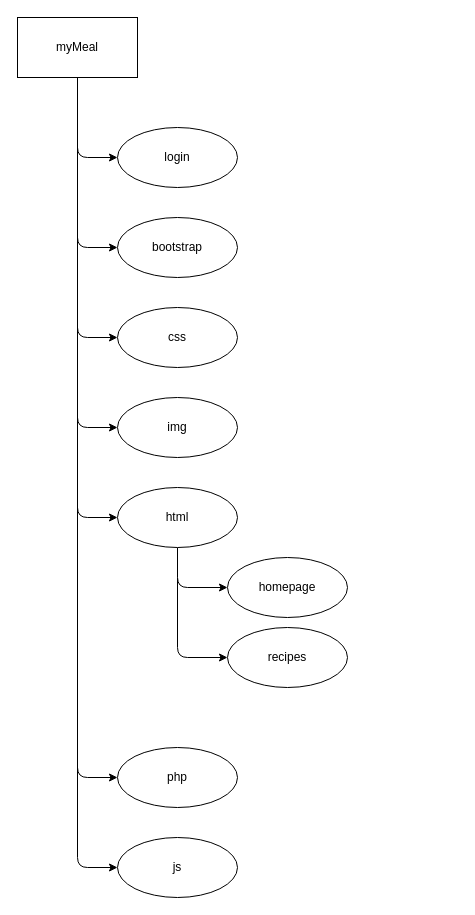
gianlucasbandi/myMeal keeps this draw.io diagram as schema myMeal.drawio. Above is the earlier version. Source tidied: cells renumbered, new cells numbered last; positions are measured from the earlier drawing's top-left corner, leaving out a move shared by most shapes. Both pictures are drawn from the tidied source at 100%, with x=0, y=0 at pixel (17, 17).
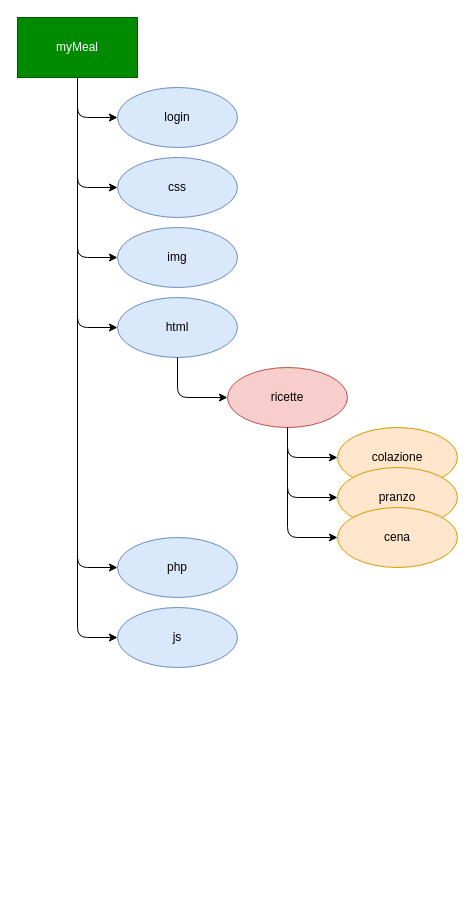
The same page after the edit.

Change to the diagram source:
```diff
@@
-    <mxCell id="2" style="edgeStyle=orthogonalEdgeStyle;curved=0;rounded=1;sketch=0;jettySize=auto;html=1;" parent="1" edge="1" source="3" target="4">
+    <mxCell id="2" style="edgeStyle=orthogonalEdgeStyle;curved=0;rounded=1;sketch=0;jettySize=auto;html=1;entryX=0;entryY=0.5;entryDx=0;entryDy=0;" parent="1" edge="1" source="3" target="4">
       <mxGeometry relative="1" as="geometry">
         <Array as="points">
-          <mxPoint x="60" y="140" />
-          <mxPoint x="120" y="140" />
+          <mxPoint x="60" y="100" />
         </Array>
       </mxGeometry>
     </mxCell>
-    <mxCell id="3" value="myMeal" style="rounded=0;whiteSpace=wrap;html=1;sketch=0;" parent="1" vertex="1">
+    <mxCell id="3" value="myMeal" style="rounded=0;whiteSpace=wrap;html=1;sketch=0;fillColor=#008a00;strokeColor=#005700;fontColor=#ffffff;" parent="1" vertex="1">
       <mxGeometry width="120" height="60" as="geometry" />
     </mxCell>
-    <mxCell id="4" value="login" style="ellipse;whiteSpace=wrap;html=1;rounded=0;sketch=0;" parent="1" vertex="1">
-      <mxGeometry x="100" y="110" width="120" height="60" as="geometry" />
+    <mxCell id="4" value="login" style="ellipse;whiteSpace=wrap;html=1;rounded=0;sketch=0;fillColor=#dae8fc;strokeColor=#6c8ebf;" parent="1" vertex="1">
+      <mxGeometry x="100" y="70" width="120" height="60" as="geometry" />
     </mxCell>
-    <mxCell id="5" style="edgeStyle=orthogonalEdgeStyle;curved=0;rounded=1;sketch=0;jettySize=auto;html=1;exitX=0.5;exitY=1;exitDx=0;exitDy=0;" parent="1" edge="1" source="3">
-      <mxGeometry relative="1" as="geometry">
-        <mxPoint x="100" y="230" as="targetPoint" />
-        <Array as="points">
-          <mxPoint x="60" y="230" />
-        </Array>
-      </mxGeometry>
-    </mxCell>
-    <mxCell id="6" value="bootstrap" style="ellipse;whiteSpace=wrap;html=1;rounded=0;sketch=0;" parent="1" vertex="1">
-      <mxGeometry x="100" y="200" width="120" height="60" as="geometry" />
-    </mxCell>
-    <mxCell id="7" style="edgeStyle=orthogonalEdgeStyle;curved=0;rounded=1;sketch=0;orthogonalLoop=1;jettySize=auto;html=1;exitX=0.5;exitY=1;exitDx=0;exitDy=0;" parent="1" edge="1">
+    <mxCell id="7" style="edgeStyle=orthogonalEdgeStyle;curved=0;rounded=1;sketch=0;jettySize=auto;html=1;exitX=0.5;exitY=1;exitDx=0;exitDy=0;entryX=0;entryY=0.5;entryDx=0;entryDy=0;" parent="1" edge="1" target="8">
       <mxGeometry relative="1" as="geometry">
-        <mxPoint x="60" y="150" as="sourcePoint" />
-        <mxPoint x="100" y="320" as="targetPoint" />
+        <mxPoint x="60" y="60" as="sourcePoint" />
         <Array as="points">
-          <mxPoint x="60" y="320" />
+          <mxPoint x="60" y="170" />
         </Array>
       </mxGeometry>
     </mxCell>
-    <mxCell id="8" value="css" style="ellipse;whiteSpace=wrap;html=1;rounded=0;sketch=0;" parent="1" vertex="1">
-      <mxGeometry x="100" y="290" width="120" height="60" as="geometry" />
+    <mxCell id="8" value="css" style="ellipse;whiteSpace=wrap;html=1;rounded=0;sketch=0;fillColor=#dae8fc;strokeColor=#6c8ebf;" parent="1" vertex="1">
+      <mxGeometry x="100" y="140" width="120" height="60" as="geometry" />
     </mxCell>
-    <mxCell id="9" style="edgeStyle=orthogonalEdgeStyle;curved=0;rounded=1;sketch=0;orthogonalLoop=1;jettySize=auto;html=1;exitX=0.5;exitY=1;exitDx=0;exitDy=0;" parent="1" edge="1">
+    <mxCell id="9" style="edgeStyle=orthogonalEdgeStyle;curved=0;rounded=1;sketch=0;jettySize=auto;html=1;exitX=0.5;exitY=1;exitDx=0;exitDy=0;entryX=0;entryY=0.5;entryDx=0;entryDy=0;" parent="1" edge="1" target="10">
       <mxGeometry relative="1" as="geometry">
-        <mxPoint x="60" y="240" as="sourcePoint" />
-        <mxPoint x="100" y="410" as="targetPoint" />
+        <mxPoint x="60" y="90" as="sourcePoint" />
         <Array as="points">
-          <mxPoint x="60" y="410" />
+          <mxPoint x="60" y="240" />
         </Array>
       </mxGeometry>
     </mxCell>
-    <mxCell id="10" value="img" style="ellipse;whiteSpace=wrap;html=1;rounded=0;sketch=0;" parent="1" vertex="1">
-      <mxGeometry x="100" y="380" width="120" height="60" as="geometry" />
+    <mxCell id="10" value="img" style="ellipse;whiteSpace=wrap;html=1;rounded=0;sketch=0;fillColor=#dae8fc;strokeColor=#6c8ebf;" parent="1" vertex="1">
+      <mxGeometry x="100" y="210" width="120" height="60" as="geometry" />
     </mxCell>
-    <mxCell id="11" style="edgeStyle=orthogonalEdgeStyle;curved=0;rounded=1;sketch=0;orthogonalLoop=1;jettySize=auto;html=1;exitX=0.5;exitY=1;exitDx=0;exitDy=0;" parent="1" edge="1">
+    <mxCell id="11" style="edgeStyle=orthogonalEdgeStyle;curved=0;rounded=1;sketch=0;jettySize=auto;html=1;exitX=0.5;exitY=1;exitDx=0;exitDy=0;entryX=0;entryY=0.5;entryDx=0;entryDy=0;" parent="1" edge="1" target="13">
       <mxGeometry relative="1" as="geometry">
-        <mxPoint x="60" y="330" as="sourcePoint" />
-        <mxPoint x="100" y="500" as="targetPoint" />
+        <mxPoint x="60" y="180" as="sourcePoint" />
         <Array as="points">
-          <mxPoint x="60" y="500" />
+          <mxPoint x="60" y="310" />
         </Array>
       </mxGeometry>
     </mxCell>
-    <mxCell id="12" style="edgeStyle=orthogonalEdgeStyle;curved=0;rounded=1;sketch=0;jettySize=auto;html=1;entryX=0;entryY=0.5;entryDx=0;entryDy=0;" parent="1" edge="1" source="13" target="18">
-      <mxGeometry relative="1" as="geometry">
-        <Array as="points">
-          <mxPoint x="160" y="570" />
-        </Array>
-      </mxGeometry>
-    </mxCell>
-    <mxCell id="13" value="html" style="ellipse;whiteSpace=wrap;html=1;rounded=0;sketch=0;" parent="1" vertex="1">
-      <mxGeometry x="100" y="470" width="120" height="60" as="geometry" />
+    <mxCell id="13" value="html" style="ellipse;whiteSpace=wrap;html=1;rounded=0;sketch=0;fillColor=#dae8fc;strokeColor=#6c8ebf;" parent="1" vertex="1">
+      <mxGeometry x="100" y="280" width="120" height="60" as="geometry" />
     </mxCell>
     <mxCell id="14" style="edgeStyle=orthogonalEdgeStyle;curved=0;rounded=1;sketch=0;orthogonalLoop=1;jettySize=auto;html=1;" parent="1" edge="1">
       <mxGeometry relative="1" as="geometry">
-        <mxPoint x="60" y="480" as="sourcePoint" />
-        <mxPoint x="100" y="760" as="targetPoint" />
+        <mxPoint x="60" y="270" as="sourcePoint" />
+        <mxPoint x="100" y="550" as="targetPoint" />
         <Array as="points">
-          <mxPoint x="60" y="760" />
+          <mxPoint x="60" y="550" />
         </Array>
       </mxGeometry>
     </mxCell>
-    <mxCell id="15" value="php" style="ellipse;whiteSpace=wrap;html=1;rounded=0;sketch=0;" parent="1" vertex="1">
-      <mxGeometry x="100" y="730" width="120" height="60" as="geometry" />
+    <mxCell id="15" value="php" style="ellipse;whiteSpace=wrap;html=1;rounded=0;sketch=0;fillColor=#dae8fc;strokeColor=#6c8ebf;" parent="1" vertex="1">
+      <mxGeometry x="100" y="520" width="120" height="60" as="geometry" />
     </mxCell>
-    <mxCell id="16" style="edgeStyle=orthogonalEdgeStyle;curved=0;rounded=1;sketch=0;orthogonalLoop=1;jettySize=auto;html=1;exitX=0.5;exitY=1;exitDx=0;exitDy=0;" parent="1" edge="1">
+    <mxCell id="16" style="edgeStyle=orthogonalEdgeStyle;curved=0;rounded=1;sketch=0;jettySize=auto;html=1;exitX=0.5;exitY=1;exitDx=0;exitDy=0;entryX=0;entryY=0.5;entryDx=0;entryDy=0;" parent="1" edge="1" target="17">
       <mxGeometry relative="1" as="geometry">
-        <mxPoint x="60" y="680" as="sourcePoint" />
-        <mxPoint x="100" y="850" as="targetPoint" />
+        <mxPoint x="60" y="470" as="sourcePoint" />
         <Array as="points">
-          <mxPoint x="60" y="850" />
+          <mxPoint x="60" y="620" />
         </Array>
       </mxGeometry>
     </mxCell>
-    <mxCell id="17" value="js" style="ellipse;whiteSpace=wrap;html=1;rounded=0;sketch=0;" parent="1" vertex="1">
-      <mxGeometry x="100" y="820" width="120" height="60" as="geometry" />
+    <mxCell id="17" value="js" style="ellipse;whiteSpace=wrap;html=1;rounded=0;sketch=0;fillColor=#dae8fc;strokeColor=#6c8ebf;" parent="1" vertex="1">
+      <mxGeometry x="100" y="590" width="120" height="60" as="geometry" />
     </mxCell>
-    <mxCell id="18" value="homepage" style="ellipse;whiteSpace=wrap;html=1;rounded=0;sketch=0;" parent="1" vertex="1">
-      <mxGeometry x="210" y="540" width="120" height="60" as="geometry" />
-    </mxCell>
     <mxCell id="19" style="edgeStyle=orthogonalEdgeStyle;curved=0;rounded=1;sketch=0;jettySize=auto;html=1;entryX=0;entryY=0.5;entryDx=0;entryDy=0;" parent="1" edge="1" target="20">
       <mxGeometry relative="1" as="geometry">
-        <mxPoint x="160" y="560" as="sourcePoint" />
+        <mxPoint x="160" y="340" as="sourcePoint" />
         <Array as="points">
-          <mxPoint x="160" y="640" />
+          <mxPoint x="160" y="380" />
         </Array>
       </mxGeometry>
     </mxCell>
-    <mxCell id="20" value="recipes" style="ellipse;whiteSpace=wrap;html=1;rounded=0;sketch=0;" parent="1" vertex="1">
-      <mxGeometry x="210" y="610" width="120" height="60" as="geometry" />
+    <mxCell id="20" value="ricette" style="ellipse;whiteSpace=wrap;html=1;rounded=0;sketch=0;fillColor=#f8cecc;strokeColor=#b85450;" parent="1" vertex="1">
+      <mxGeometry x="210" y="350" width="120" height="60" as="geometry" />
     </mxCell>
+    <mxCell id="21" style="edgeStyle=orthogonalEdgeStyle;curved=0;rounded=1;sketch=0;orthogonalLoop=1;jettySize=auto;html=1;entryX=0;entryY=0.5;entryDx=0;entryDy=0;" parent="1" edge="1">
+      <mxGeometry relative="1" as="geometry">
+        <mxPoint x="270" y="410" as="sourcePoint" />
+        <mxPoint x="320" y="440" as="targetPoint" />
+        <Array as="points">
+          <mxPoint x="270" y="440" />
+        </Array>
+      </mxGeometry>
+    </mxCell>
+    <mxCell id="22" value="colazione" style="ellipse;whiteSpace=wrap;html=1;rounded=0;sketch=0;fillColor=#ffe6cc;strokeColor=#d79b00;" parent="1" vertex="1">
+      <mxGeometry x="320" y="410" width="120" height="60" as="geometry" />
+    </mxCell>
+    <mxCell id="23" style="edgeStyle=orthogonalEdgeStyle;curved=0;rounded=1;sketch=0;orthogonalLoop=1;jettySize=auto;html=1;entryX=0;entryY=0.5;entryDx=0;entryDy=0;" parent="1" edge="1">
+      <mxGeometry relative="1" as="geometry">
+        <mxPoint x="270" y="430" as="sourcePoint" />
+        <mxPoint x="320" y="480" as="targetPoint" />
+        <Array as="points">
+          <mxPoint x="270" y="480" />
+        </Array>
+      </mxGeometry>
+    </mxCell>
+    <mxCell id="24" value="pranzo" style="ellipse;whiteSpace=wrap;html=1;rounded=0;sketch=0;fillColor=#ffe6cc;strokeColor=#d79b00;" parent="1" vertex="1">
+      <mxGeometry x="320" y="450" width="120" height="60" as="geometry" />
+    </mxCell>
+    <mxCell id="25" style="edgeStyle=orthogonalEdgeStyle;curved=0;rounded=1;sketch=0;orthogonalLoop=1;jettySize=auto;html=1;entryX=0;entryY=0.5;entryDx=0;entryDy=0;" parent="1" edge="1">
+      <mxGeometry relative="1" as="geometry">
+        <mxPoint x="270" y="470" as="sourcePoint" />
+        <mxPoint x="320" y="520" as="targetPoint" />
+        <Array as="points">
+          <mxPoint x="270" y="520" />
+        </Array>
+      </mxGeometry>
+    </mxCell>
+    <mxCell id="26" value="cena" style="ellipse;whiteSpace=wrap;html=1;rounded=0;sketch=0;fillColor=#ffe6cc;strokeColor=#d79b00;" parent="1" vertex="1">
+      <mxGeometry x="320" y="490" width="120" height="60" as="geometry" />
+    </mxCell>
```
